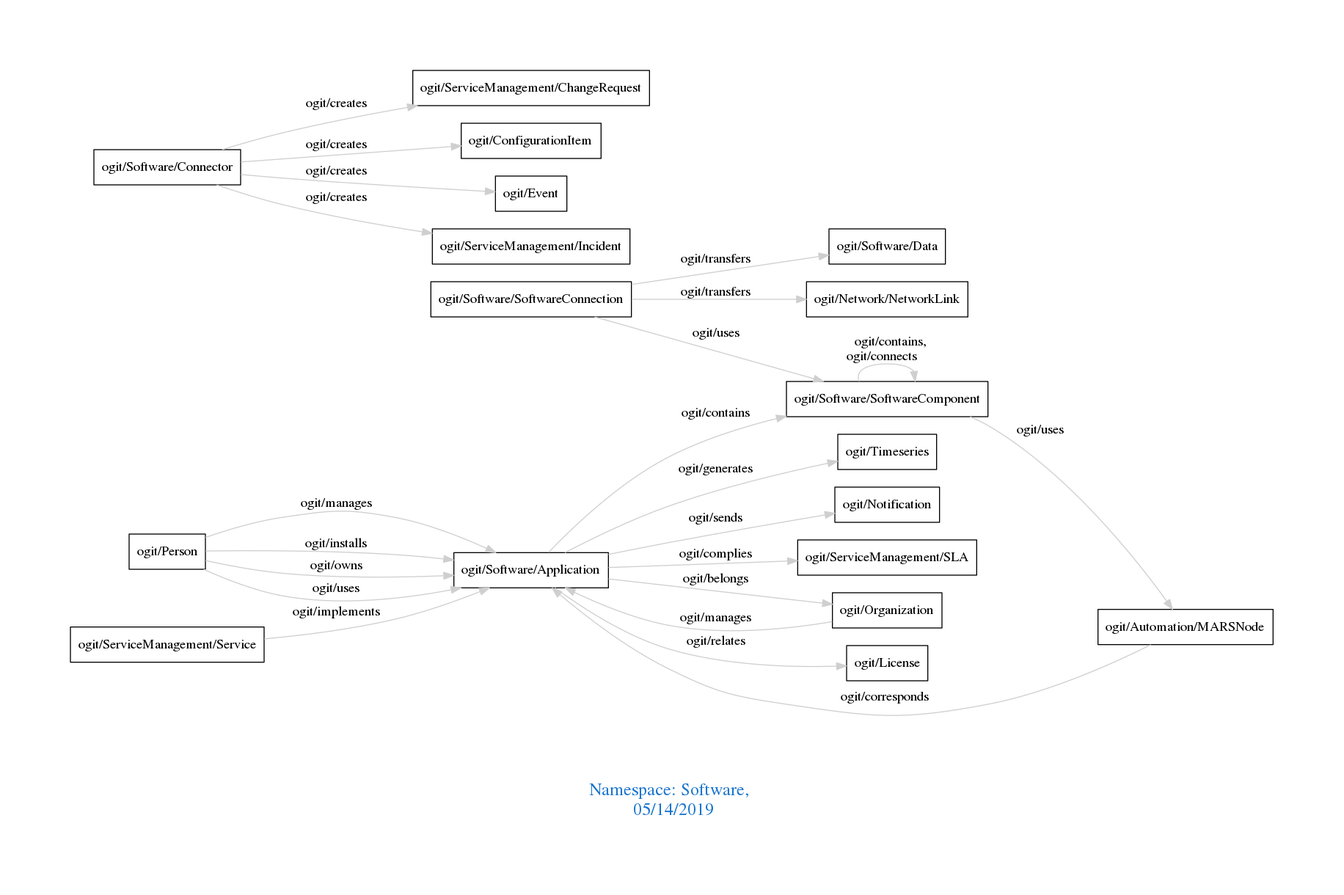
The Graphviz diagram downloads/Software.png in arago/OGIT, before a commit. Its source is kept beside it as downloads/Software.dot. Source of this version:
```dot
digraph OGIT_ontology {
 graph [ rankdir= LR,pad=1
fontsize = 18,
fontcolor= dodgerblue3,label = "\n\n\nNamespace: Software, \n 05/14/2019"];
node[shape=polygon];
edge [  color="gray81"];

   "ogit/Software/Application" -> "ogit/Software/SoftwareComponent" [label="   ogit/contains    "];
   "ogit/Organization" -> "ogit/Software/Application" [label="   ogit/manages    "];
   "ogit/Person" -> "ogit/Software/Application" [label="   ogit/manages    "];
   "ogit/Software/Application" -> "ogit/Timeseries" [label="   ogit/generates    "];
   "ogit/Software/Application" -> "ogit/Notification" [label="   ogit/sends    "];
   "ogit/Software/Connector" -> "ogit/ServiceManagement/ChangeRequest" [label="   ogit/creates    "];
   "ogit/Software/Connector" -> "ogit/ConfigurationItem" [label="   ogit/creates    "];
   "ogit/Software/Connector" -> "ogit/Event" [label="   ogit/creates    "];
   "ogit/Software/Connector" -> "ogit/ServiceManagement/Incident" [label="   ogit/creates    "];
   "ogit/Software/Application" -> "ogit/ServiceManagement/SLA" [label="   ogit/complies    "];
   "ogit/Automation/MARSNode" -> "ogit/Software/Application" [label="   ogit/corresponds    "];
   "ogit/Person" -> "ogit/Software/Application" [label="   ogit/installs    "];
   "ogit/Software/SoftwareConnection" -> "ogit/Software/Data" [label="   ogit/transfers    "];
   "ogit/Software/SoftwareConnection" -> "ogit/Network/NetworkLink" [label="   ogit/transfers    "];
   "ogit/ServiceManagement/Service" -> "ogit/Software/Application" [label="   ogit/implements    "];
   "ogit/Person" -> "ogit/Software/Application" [label="   ogit/owns    "];
   "ogit/Software/Application" -> "ogit/Organization" [label="   ogit/belongs    "];
   "ogit/Software/SoftwareComponent" -> "ogit/Automation/MARSNode" [label="   ogit/uses    "];
   "ogit/Software/SoftwareConnection" -> "ogit/Software/SoftwareComponent" [label="   ogit/uses    "];
   "ogit/Person" -> "ogit/Software/Application" [label="   ogit/uses    "];
   "ogit/Software/Application" -> "ogit/License" [label="   ogit/relates    "];
   "ogit/Software/SoftwareComponent" -> "ogit/Software/SoftwareComponent" [label="   ogit/contains, \n ogit/connects    "];
}
```
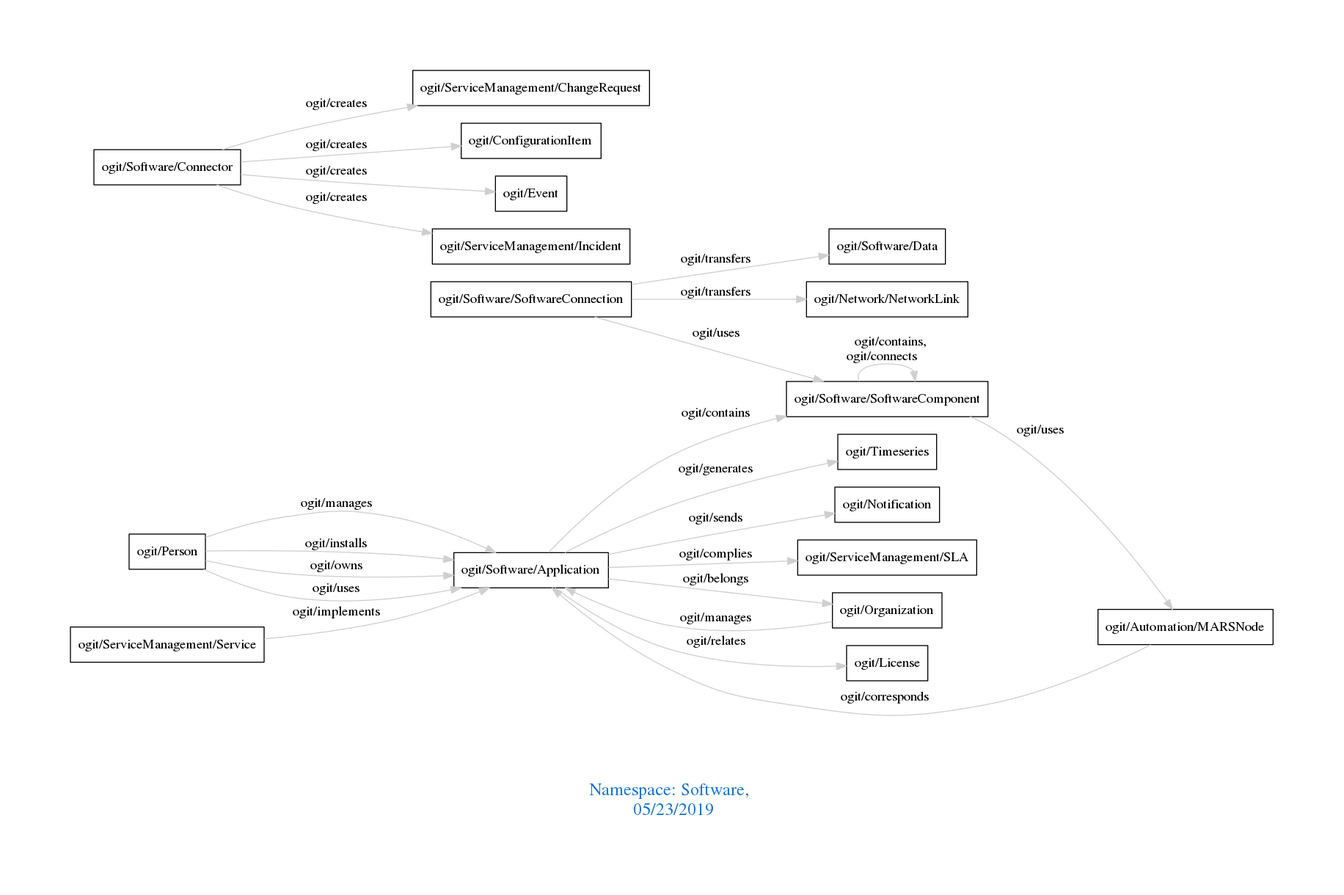
After the commit.

What changed in the source:
```diff
@@ -1,7 +1,7 @@
 digraph OGIT_ontology {
  graph [ rankdir= LR,pad=1
 fontsize = 18,
-fontcolor= dodgerblue3,label = "\n\n\nNamespace: Software, \n 05/14/2019"];
+fontcolor= dodgerblue3,label = "\n\n\nNamespace: Software, \n 05/23/2019"];
 node[shape=polygon];
 edge [  color="gray81"];
 
```
